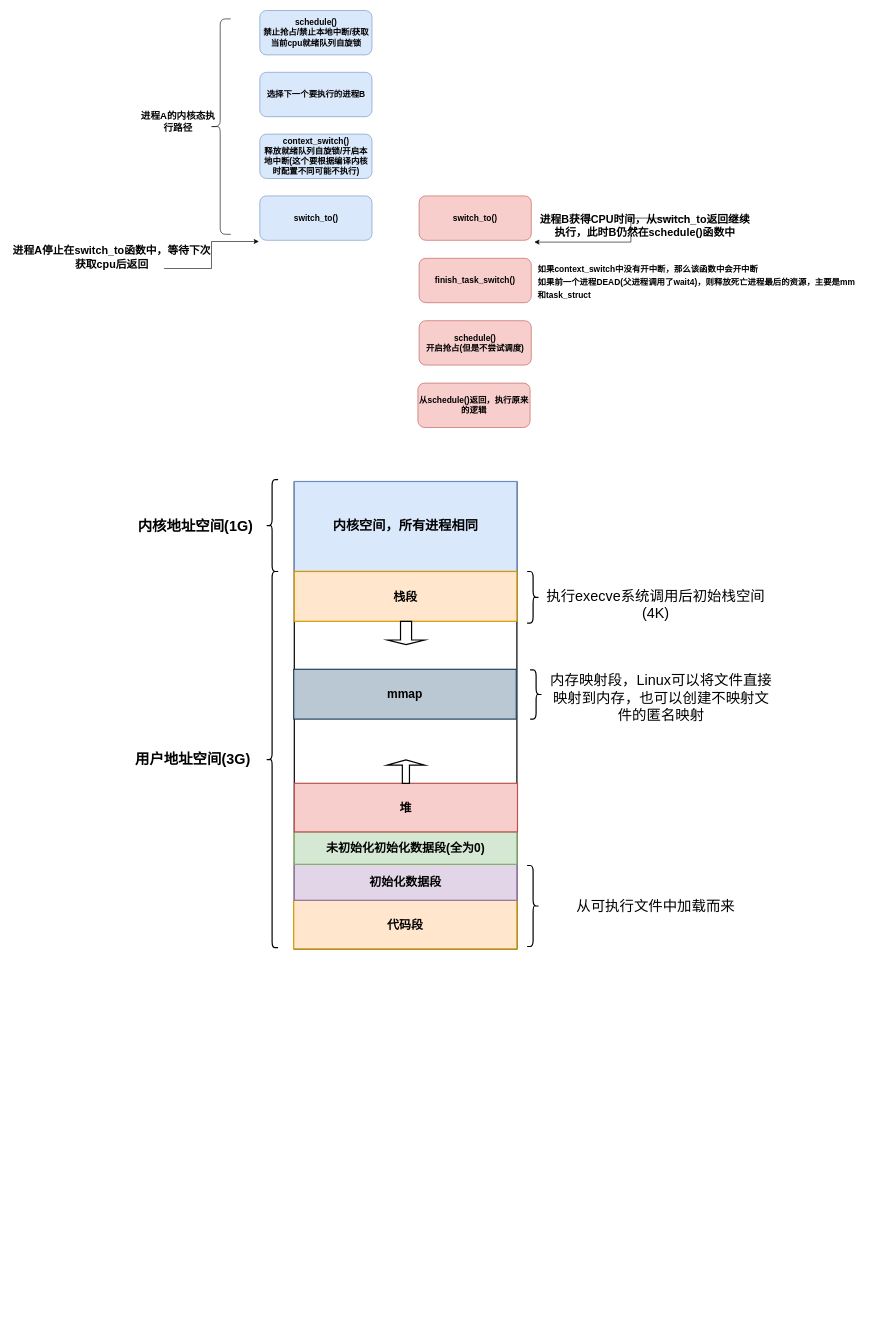
Earlier version of the draw.io diagram GolangBlog/Untitled Diagram.drawio (HoA-W/drawio). Source tidied: cells renumbered, new cells numbered last; positions are measured from the earlier drawing's top-left corner, leaving out a move shared by most shapes. Both pictures are drawn from the tidied source at 60%, with x=0, y=0 at pixel (10, 10).
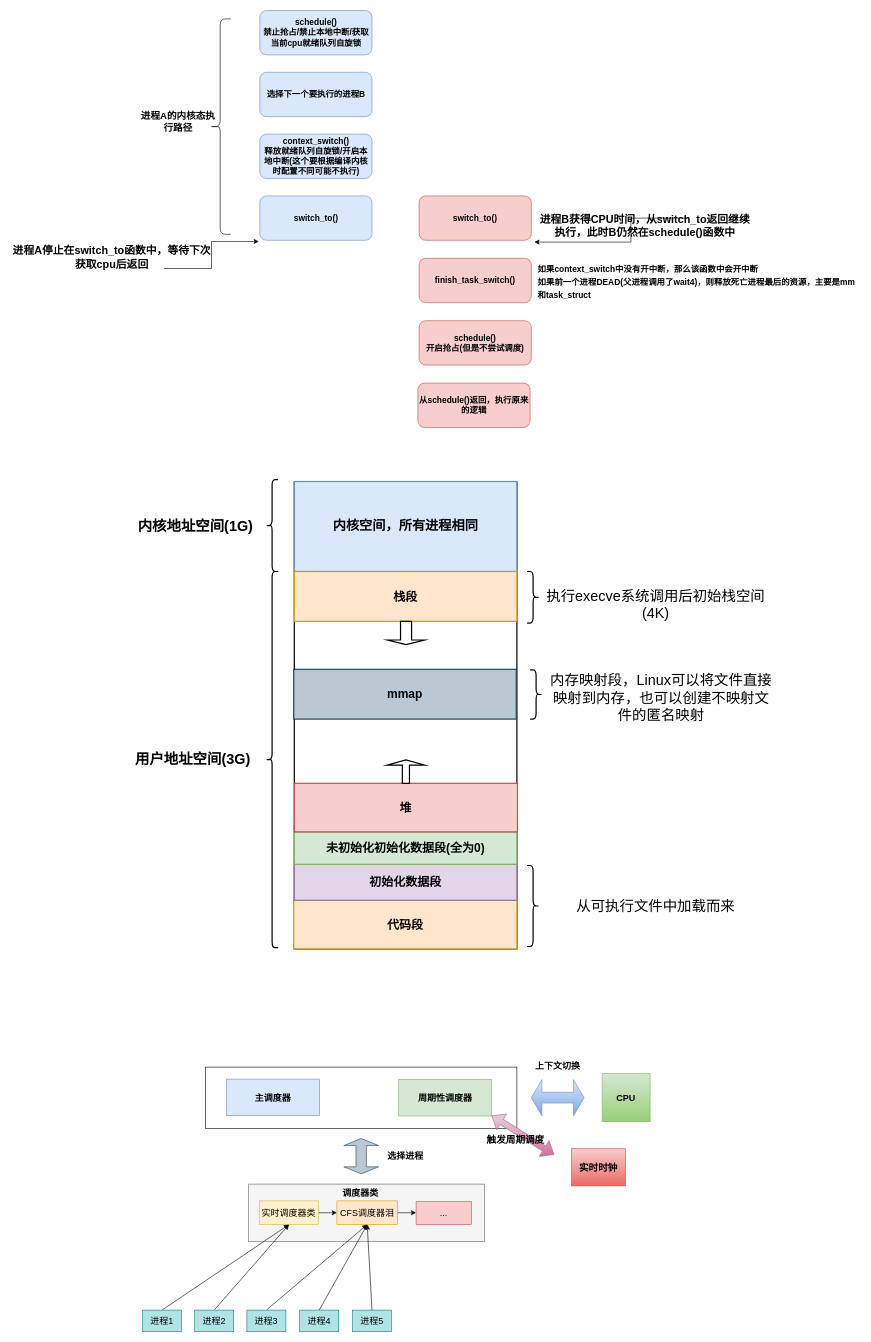
The same page after the edit.

What changed in the source:
```diff
@@
+    <mxCell id="37" style="rounded=0;whiteSpace=wrap;html=1;" parent="1" vertex="1">
+      <mxGeometry x="325" y="1761" width="519" height="102" as="geometry" />
+    </mxCell>
+    <mxCell id="38" value="&lt;font style=&quot;font-size: 15px&quot;&gt;&lt;b&gt;主调度器&lt;/b&gt;&lt;/font&gt;" style="rounded=0;whiteSpace=wrap;html=1;fillColor=#dae8fc;strokeColor=#6c8ebf;" parent="1" vertex="1">
+      <mxGeometry x="360" y="1781" width="155" height="61" as="geometry" />
+    </mxCell>
+    <mxCell id="39" value="&lt;font style=&quot;font-size: 15px&quot;&gt;&lt;b&gt;周期性调度器&lt;/b&gt;&lt;/font&gt;" style="rounded=0;whiteSpace=wrap;html=1;fillColor=#d5e8d4;strokeColor=#82b366;" parent="1" vertex="1">
+      <mxGeometry x="647" y="1781.5" width="155" height="61" as="geometry" />
+    </mxCell>
+    <mxCell id="40" style="rounded=0;whiteSpace=wrap;html=1;fillColor=#f5f5f5;fontColor=#333333;strokeColor=#666666;" parent="1" vertex="1">
+      <mxGeometry x="397" y="1956" width="393" height="96" as="geometry" />
+    </mxCell>
+    <mxCell id="41" style="edgeStyle=orthogonalEdgeStyle;rounded=0;jettySize=auto;html=1;exitX=1;exitY=0.5;exitDx=0;exitDy=0;fontSize=15;" parent="1" edge="1" source="42" target="44">
+      <mxGeometry relative="1" as="geometry" />
+    </mxCell>
+    <mxCell id="42" value="实时调度器类" style="rounded=0;whiteSpace=wrap;html=1;fontSize=15;fillColor=#fff2cc;strokeColor=#d6b656;" parent="1" vertex="1">
+      <mxGeometry x="415" y="1984" width="98" height="39.5" as="geometry" />
+    </mxCell>
+    <mxCell id="43" style="edgeStyle=orthogonalEdgeStyle;rounded=0;jettySize=auto;html=1;exitX=1;exitY=0.5;exitDx=0;exitDy=0;entryX=0;entryY=0.5;entryDx=0;entryDy=0;fontSize=15;" parent="1" edge="1" source="44" target="45">
+      <mxGeometry relative="1" as="geometry" />
+    </mxCell>
+    <mxCell id="44" value="CFS调度器泪" style="rounded=0;whiteSpace=wrap;html=1;fontSize=15;fillColor=#ffe6cc;strokeColor=#d79b00;" parent="1" vertex="1">
+      <mxGeometry x="544" y="1984" width="101" height="39.5" as="geometry" />
+    </mxCell>
+    <mxCell id="45" value="..." style="rounded=0;whiteSpace=wrap;html=1;fontSize=15;fillColor=#f8cecc;strokeColor=#b85450;" parent="1" vertex="1">
+      <mxGeometry x="676" y="1985" width="92" height="38.5" as="geometry" />
+    </mxCell>
+    <mxCell id="46" value="&lt;b&gt;调度器类&lt;/b&gt;" style="text;html=1;strokeColor=none;fillColor=none;align=center;verticalAlign=middle;whiteSpace=wrap;rounded=0;fontSize=15;" parent="1" vertex="1">
+      <mxGeometry x="547" y="1955" width="73" height="30" as="geometry" />
+    </mxCell>
+    <mxCell id="47" style="rounded=0;jettySize=auto;html=1;exitX=0.5;exitY=0;exitDx=0;exitDy=0;entryX=0.5;entryY=1;entryDx=0;entryDy=0;fontSize=15;" parent="1" edge="1" source="48" target="42">
+      <mxGeometry relative="1" as="geometry" />
+    </mxCell>
+    <mxCell id="48" value="进程1" style="rounded=0;whiteSpace=wrap;html=1;fontSize=15;fillColor=#b0e3e6;strokeColor=#0e8088;" parent="1" vertex="1">
+      <mxGeometry x="220" y="2166" width="65" height="36" as="geometry" />
+    </mxCell>
+    <mxCell id="49" style="rounded=0;jettySize=auto;html=1;exitX=0.5;exitY=0;exitDx=0;exitDy=0;entryX=0.5;entryY=1;entryDx=0;entryDy=0;fontSize=15;" parent="1" edge="1" source="50" target="42">
+      <mxGeometry relative="1" as="geometry" />
+    </mxCell>
+    <mxCell id="50" value="进程2" style="rounded=0;whiteSpace=wrap;html=1;fontSize=15;fillColor=#b0e3e6;strokeColor=#0e8088;" parent="1" vertex="1">
+      <mxGeometry x="307" y="2166" width="65" height="36" as="geometry" />
+    </mxCell>
+    <mxCell id="51" style="edgeStyle=none;rounded=0;jettySize=auto;html=1;exitX=0.5;exitY=0;exitDx=0;exitDy=0;entryX=0.5;entryY=1;entryDx=0;entryDy=0;fontSize=15;" parent="1" edge="1" source="52" target="44">
+      <mxGeometry relative="1" as="geometry" />
+    </mxCell>
+    <mxCell id="52" value="进程3" style="rounded=0;whiteSpace=wrap;html=1;fontSize=15;fillColor=#b0e3e6;strokeColor=#0e8088;" parent="1" vertex="1">
+      <mxGeometry x="394" y="2166" width="65" height="36" as="geometry" />
+    </mxCell>
+    <mxCell id="53" style="edgeStyle=none;rounded=0;jettySize=auto;html=1;exitX=0.5;exitY=0;exitDx=0;exitDy=0;fontSize=15;entryX=0.5;entryY=1;entryDx=0;entryDy=0;" parent="1" edge="1" source="54" target="44">
+      <mxGeometry relative="1" as="geometry" />
+    </mxCell>
+    <mxCell id="54" value="进程4" style="rounded=0;whiteSpace=wrap;html=1;fontSize=15;fillColor=#b0e3e6;strokeColor=#0e8088;" parent="1" vertex="1">
+      <mxGeometry x="482" y="2166" width="65" height="36" as="geometry" />
+    </mxCell>
+    <mxCell id="55" style="edgeStyle=none;rounded=0;jettySize=auto;html=1;exitX=0.5;exitY=0;exitDx=0;exitDy=0;entryX=0.5;entryY=1;entryDx=0;entryDy=0;fontSize=15;" parent="1" edge="1" source="56" target="44">
+      <mxGeometry relative="1" as="geometry" />
+    </mxCell>
+    <mxCell id="56" value="进程5" style="rounded=0;whiteSpace=wrap;html=1;fontSize=15;fillColor=#b0e3e6;strokeColor=#0e8088;" parent="1" vertex="1">
+      <mxGeometry x="570" y="2166" width="65" height="36" as="geometry" />
+    </mxCell>
+    <mxCell id="57" style="shape=doubleArrow;direction=south;whiteSpace=wrap;html=1;fontSize=15;fillColor=#bac8d3;strokeColor=#23445d;" parent="1" vertex="1">
+      <mxGeometry x="555.5" y="1880" width="58" height="59" as="geometry" />
+    </mxCell>
+    <mxCell id="58" value="&lt;b&gt;选择进程&lt;/b&gt;" style="text;html=1;strokeColor=none;fillColor=none;align=center;verticalAlign=middle;whiteSpace=wrap;rounded=0;fontSize=15;" parent="1" vertex="1">
+      <mxGeometry x="621" y="1894" width="75" height="30" as="geometry" />
+    </mxCell>
+    <mxCell id="59" value="&lt;b&gt;CPU&lt;/b&gt;" style="whiteSpace=wrap;html=1;fontSize=15;fillColor=#d5e8d4;gradientColor=#97d077;strokeColor=#82b366;" parent="1" vertex="1">
+      <mxGeometry x="986" y="1772" width="80" height="80" as="geometry" />
+    </mxCell>
+    <mxCell id="60" style="shape=doubleArrow;whiteSpace=wrap;html=1;fontSize=15;fillColor=#dae8fc;gradientColor=#7ea6e0;strokeColor=#6c8ebf;" parent="1" vertex="1">
+      <mxGeometry x="868" y="1782" width="88" height="60" as="geometry" />
+    </mxCell>
+    <mxCell id="61" value="&lt;b&gt;上下文切换&lt;/b&gt;" style="text;html=1;strokeColor=none;fillColor=none;align=center;verticalAlign=middle;whiteSpace=wrap;rounded=0;fontSize=15;" parent="1" vertex="1">
+      <mxGeometry x="870.2" y="1744" width="83.5" height="30" as="geometry" />
+    </mxCell>
+    <mxCell id="62" style="shape=flexArrow;endArrow=classic;startArrow=classic;html=1;rounded=0;fontSize=15;fillColor=#e6d0de;gradientColor=#d5739d;strokeColor=#996185;" parent="1" edge="1">
+      <mxGeometry relative="1" as="geometry">
+        <mxPoint x="906" y="1907" as="sourcePoint" />
+        <mxPoint x="802" y="1842" as="targetPoint" />
+      </mxGeometry>
+    </mxCell>
+    <mxCell id="63" value="&lt;font style=&quot;font-size: 16px&quot;&gt;&lt;b&gt;实时时钟&lt;/b&gt;&lt;/font&gt;" style="rounded=0;whiteSpace=wrap;html=1;fontSize=15;fillColor=#f8cecc;gradientColor=#ea6b66;strokeColor=#b85450;" parent="1" vertex="1">
+      <mxGeometry x="935" y="1897" width="90" height="62" as="geometry" />
+    </mxCell>
+    <mxCell id="64" value="&lt;b&gt;触发周期调度&lt;/b&gt;" style="text;html=1;strokeColor=none;fillColor=none;align=center;verticalAlign=middle;whiteSpace=wrap;rounded=0;fontSize=16;" parent="1" vertex="1">
+      <mxGeometry x="785" y="1867" width="114" height="30" as="geometry" />
+    </mxCell>
```
